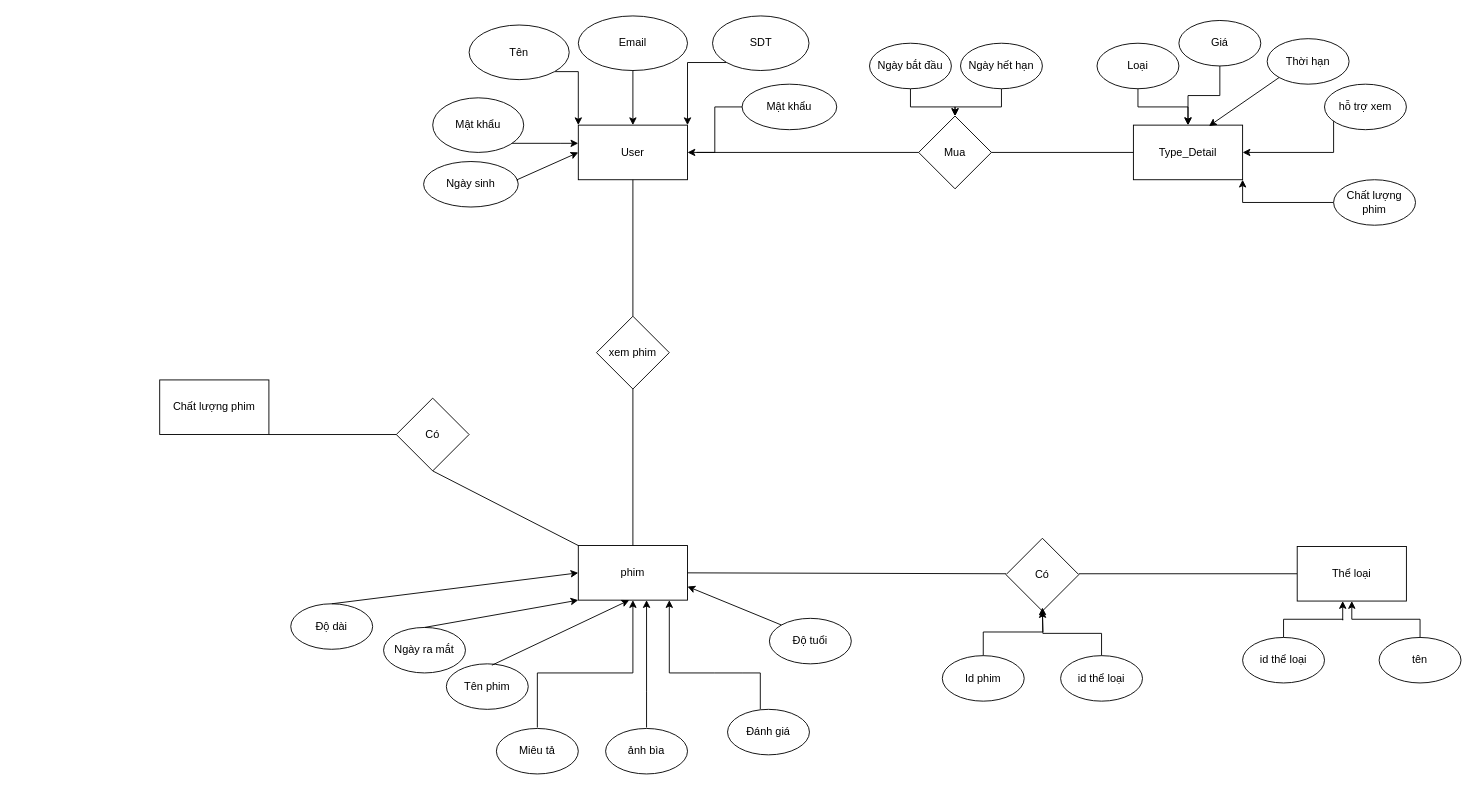
Above: Biểu đồ không có tiêu đề.drawio in vule2303/Angular-JS-project (draw.io), before the change. Source tidied: cells renumbered, new cells numbered last; positions are measured from the earlier drawing's top-left corner, leaving out a move shared by most shapes. Both pictures are drawn from the tidied source at 91%, with x=0, y=0 at pixel (159, 15).
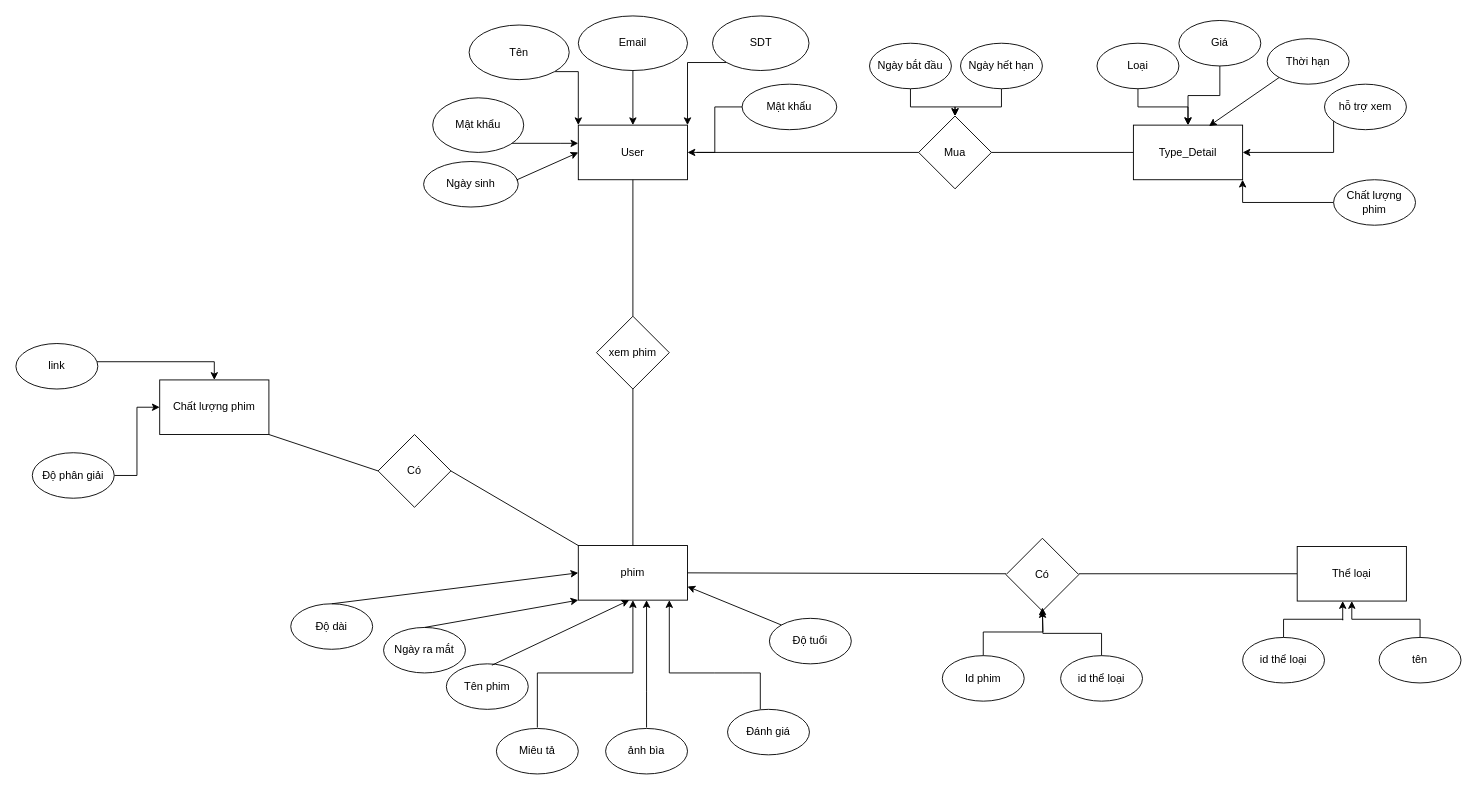
The same page after the edit.

Commit message:
Cập nhật Biểu đồ không có tiêu đề.drawio

Unchanged cells that the change refers to:
```xml
<mxCell id="32" value="phim" style="rounded=0;whiteSpace=wrap;html=1;" parent="31" vertex="1">
  <mxGeometry x="316" y="-1" width="120" height="60" as="geometry" />
</mxCell>
<mxCell id="67" value="Chất lượng phim" style="rounded=0;whiteSpace=wrap;html=1;" parent="1" vertex="1">
  <mxGeometry y="400" width="120" height="60" as="geometry" />
</mxCell>
```

What changed in the source:
```diff
@@
     <mxCell id="66" value="Có" style="rhombus;whiteSpace=wrap;html=1;" parent="1" vertex="1">
-      <mxGeometry x="260" y="420" width="80" height="80" as="geometry" />
+      <mxGeometry x="240" y="460" width="80" height="80" as="geometry" />
     </mxCell>
@@
-    <mxCell id="68" style="endArrow=none;html=1;rounded=0;exitX=0.5;exitY=1;exitDx=0;exitDy=0;entryX=0;entryY=0;entryDx=0;entryDy=0;" parent="1" edge="1" source="66" target="32">
+    <mxCell id="68" style="endArrow=none;html=1;rounded=0;exitX=1;exitY=0.5;exitDx=0;exitDy=0;entryX=0;entryY=0;entryDx=0;entryDy=0;" parent="1" edge="1" source="66" target="32">
       <mxGeometry relative="1" as="geometry" />
     </mxCell>
@@
+    <mxCell id="70" style="edgeStyle=orthogonalEdgeStyle;rounded=0;jettySize=auto;html=1;entryX=0;entryY=0.5;entryDx=0;entryDy=0;" parent="1" edge="1" source="71" target="67">
+      <mxGeometry relative="1" as="geometry" />
+    </mxCell>
+    <mxCell id="71" value="Độ phân giải" style="ellipse;whiteSpace=wrap;html=1;" parent="1" vertex="1">
+      <mxGeometry x="-140" y="480" width="90" height="50" as="geometry" />
+    </mxCell>
+    <mxCell id="72" style="edgeStyle=orthogonalEdgeStyle;rounded=0;jettySize=auto;html=1;entryX=0.5;entryY=0;entryDx=0;entryDy=0;" parent="1" edge="1" source="73" target="67">
+      <mxGeometry relative="1" as="geometry">
+        <Array as="points">
+          <mxPoint x="60" y="380" />
+        </Array>
+      </mxGeometry>
+    </mxCell>
+    <mxCell id="73" value="link" style="ellipse;whiteSpace=wrap;html=1;" parent="1" vertex="1">
+      <mxGeometry x="-158" y="360" width="90" height="50" as="geometry" />
+    </mxCell>
```
